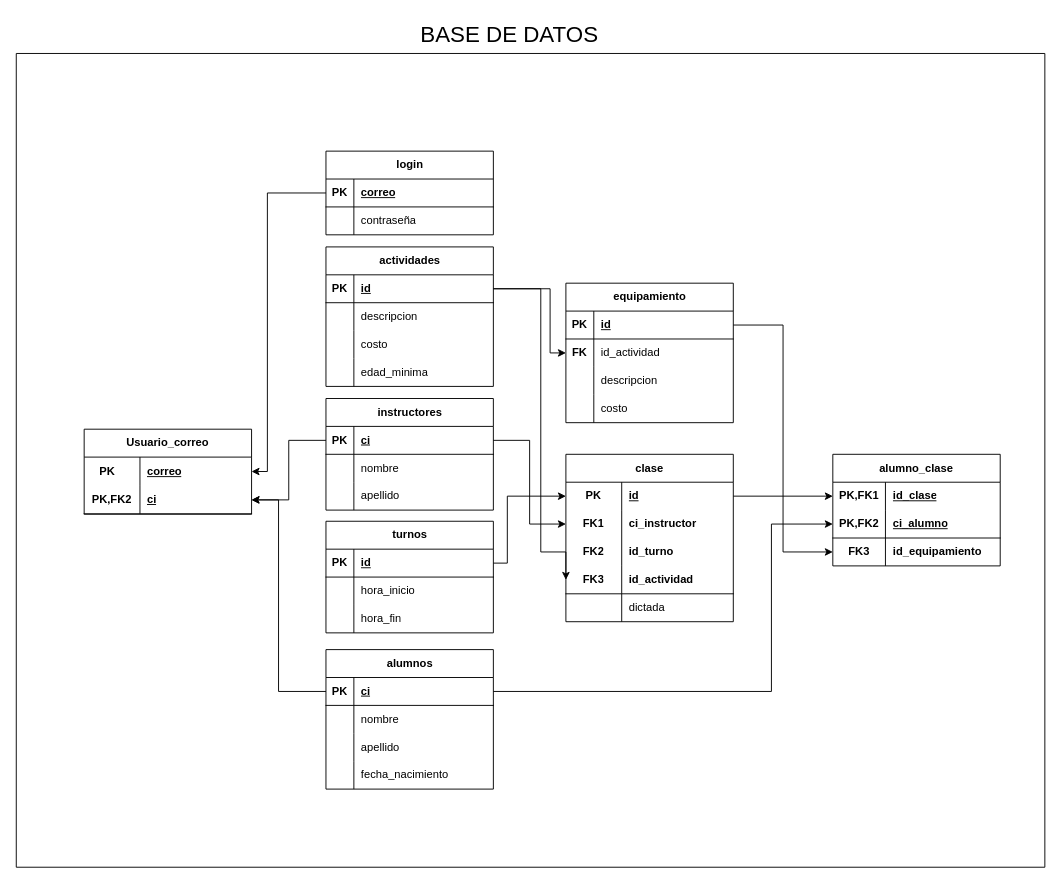
This is docs/EntregableBaseDatos.drawio from LuciaBonilla/2024_2_BD1_Obligatorio, a draw.io file, before an edit. Source tidied: cells renumbered, new cells numbered last; positions are measured from the earlier drawing's top-left corner, leaving out a move shared by most shapes. Both pictures are drawn from the tidied source at 93%, with x=0, y=0 at pixel (16, 16).
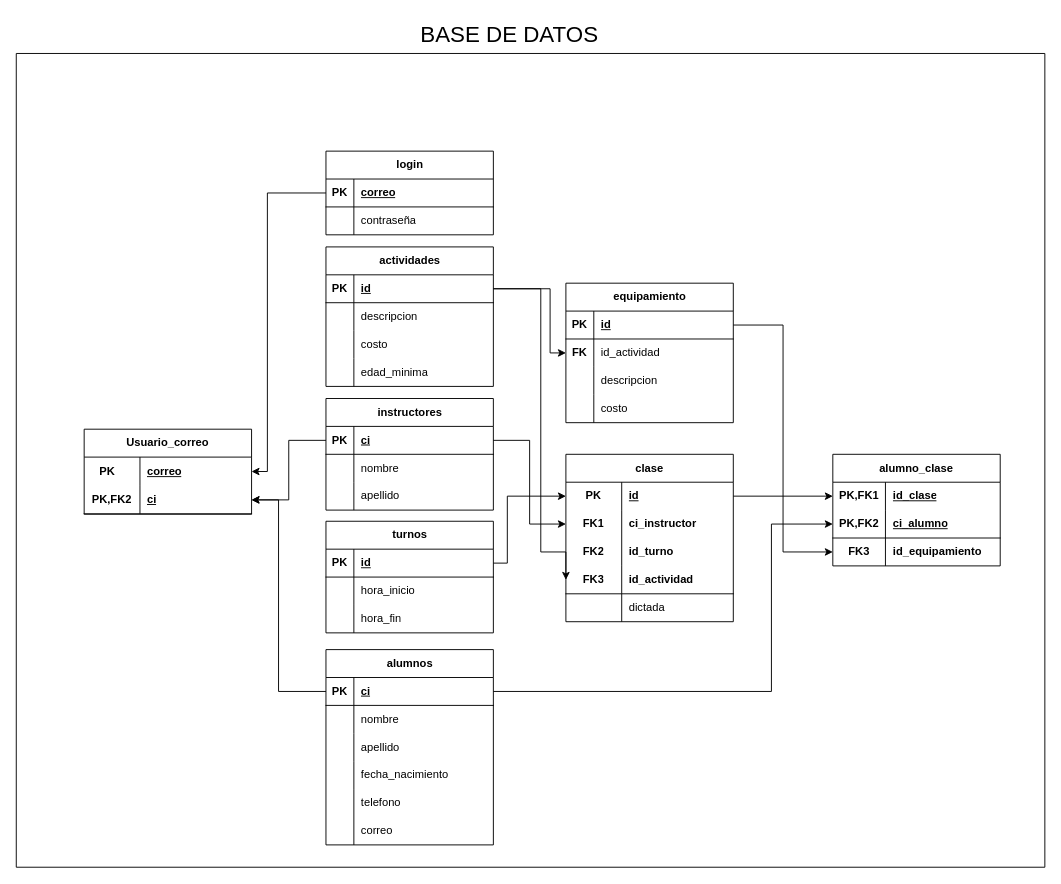
The same diagram, later.

Commit message:
Update alumno fields

Diff of the diagram source:
```diff
@@
     <mxCell id="56" value="alumnos" style="shape=table;startSize=30;childLayout=tableLayout;rowLines=0;fontStyle=1;align=center;html=1;labelBackgroundColor=none;" parent="1" vertex="1">
-      <mxGeometry x="333" y="681" width="180" height="150" as="geometry" />
+      <mxGeometry x="333" y="681" width="180" height="210" as="geometry" />
     </mxCell>
@@
+    <mxCell id="113" style="shape=tableRow;horizontal=0;startSize=0;swimlaneHead=0;swimlaneBody=0;fillColor=none;top=0;left=0;right=0;bottom=0;labelBackgroundColor=none;" parent="56" vertex="1">
+      <mxGeometry y="150" width="180" height="30" as="geometry" />
+    </mxCell>
+    <mxCell id="114" style="shape=partialRectangle;fillColor=none;top=0;left=0;bottom=0;right=0;overflow=hidden;whiteSpace=wrap;html=1;labelBackgroundColor=none;" parent="113" vertex="1">
+      <mxGeometry width="30" height="30" as="geometry" />
+    </mxCell>
+    <mxCell id="115" value="telefono" style="shape=partialRectangle;fillColor=none;top=0;left=0;bottom=0;right=0;align=left;spacingLeft=6;overflow=hidden;whiteSpace=wrap;html=1;labelBackgroundColor=none;" parent="113" vertex="1">
+      <mxGeometry x="30" width="150" height="30" as="geometry" />
+    </mxCell>
+    <mxCell id="116" style="shape=tableRow;horizontal=0;startSize=0;swimlaneHead=0;swimlaneBody=0;fillColor=none;top=0;left=0;right=0;bottom=0;labelBackgroundColor=none;" parent="56" vertex="1">
+      <mxGeometry y="180" width="180" height="30" as="geometry" />
+    </mxCell>
+    <mxCell id="117" style="shape=partialRectangle;fillColor=none;top=0;left=0;bottom=0;right=0;overflow=hidden;whiteSpace=wrap;html=1;labelBackgroundColor=none;" parent="116" vertex="1">
+      <mxGeometry width="30" height="30" as="geometry" />
+    </mxCell>
+    <mxCell id="118" value="correo" style="shape=partialRectangle;fillColor=none;top=0;left=0;bottom=0;right=0;align=left;spacingLeft=6;overflow=hidden;whiteSpace=wrap;html=1;labelBackgroundColor=none;" parent="116" vertex="1">
+      <mxGeometry x="30" width="150" height="30" as="geometry" />
+    </mxCell>
```
